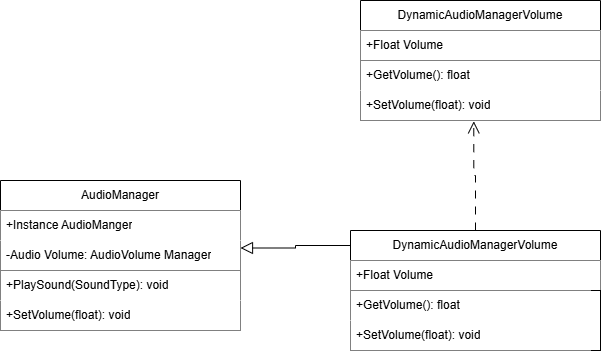
Earlier version of the draw.io export 383Game/Doc/tl1/Singleton.drawio.png (CorylC/CS383BrainstewGame). Source tidied: cells renumbered, new cells last; positions are measured from the earlier drawing's top-left corner, leaving out a move shared by most shapes.
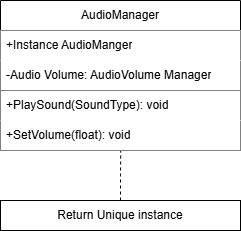
The same file after the commit.

Change to the diagram source:
```diff
@@ -20,41 +20,11 @@
     <mxCell id="7" value="+SetVolume(float): void" style="text;strokeColor=none;fillColor=default;align=left;verticalAlign=middle;spacingLeft=4;spacingRight=4;overflow=hidden;points=[[0,0.5],[1,0.5]];portConstraint=eastwest;whiteSpace=wrap;html=1;" parent="1" vertex="1">
       <mxGeometry y="300" width="240" height="30" as="geometry" />
     </mxCell>
-    <mxCell id="8" style="edgeStyle=orthogonalEdgeStyle;rounded=0;jettySize=auto;html=1;exitX=0;exitY=0.25;exitDx=0;exitDy=0;entryX=1;entryY=0.75;entryDx=0;entryDy=0;endArrow=block;endFill=0;startSize=10;endSize=10;" parent="1" edge="1" source="9" target="2">
-      <mxGeometry relative="1" as="geometry" />
-    </mxCell>
-    <mxCell id="9" value="DynamicAudioManagerVolume" style="swimlane;fontStyle=0;horizontal=1;startSize=30;whiteSpace=wrap;html=1;" parent="1" vertex="1">
-      <mxGeometry x="350" y="230" width="250" height="60" as="geometry" />
-    </mxCell>
-    <mxCell id="10" value="+Float Volume" style="text;strokeColor=none;fillColor=default;align=left;verticalAlign=middle;spacingLeft=4;spacingRight=4;overflow=hidden;whiteSpace=wrap;html=1;" parent="9" vertex="1">
-      <mxGeometry y="30" width="250" height="30" as="geometry" />
-    </mxCell>
-    <mxCell id="11" style="rounded=0;whiteSpace=wrap;html=1;" parent="1" vertex="1">
-      <mxGeometry x="350" y="290" width="250" height="60" as="geometry" />
-    </mxCell>
-    <mxCell id="12" value="+GetVolume(): float" style="text;strokeColor=none;fillColor=default;align=left;verticalAlign=middle;spacingLeft=4;spacingRight=4;overflow=hidden;whiteSpace=wrap;html=1;" parent="1" vertex="1">
-      <mxGeometry x="350" y="290" width="240" height="30" as="geometry" />
-    </mxCell>
-    <mxCell id="13" value="+SetVolume(float): void" style="text;strokeColor=none;fillColor=default;align=left;verticalAlign=middle;spacingLeft=4;spacingRight=4;overflow=hidden;whiteSpace=wrap;html=1;" parent="1" vertex="1">
-      <mxGeometry x="350" y="320" width="240" height="30" as="geometry" />
-    </mxCell>
-    <mxCell id="14" value="DynamicAudioManagerVolume" style="swimlane;fontStyle=0;horizontal=1;startSize=30;whiteSpace=wrap;html=1;" parent="1" vertex="1">
-      <mxGeometry x="360" width="240" height="60" as="geometry" />
-    </mxCell>
-    <mxCell id="15" value="+Float Volume" style="text;strokeColor=none;fillColor=default;align=left;verticalAlign=middle;spacingLeft=4;spacingRight=4;overflow=hidden;whiteSpace=wrap;html=1;" parent="14" vertex="1">
-      <mxGeometry y="30" width="240" height="30" as="geometry" />
-    </mxCell>
-    <mxCell id="16" style="rounded=0;whiteSpace=wrap;html=1;" parent="1" vertex="1">
-      <mxGeometry x="360" y="60" width="240" height="60" as="geometry" />
-    </mxCell>
-    <mxCell id="17" value="+GetVolume(): float" style="text;strokeColor=none;fillColor=default;align=left;verticalAlign=middle;spacingLeft=4;spacingRight=4;overflow=hidden;whiteSpace=wrap;html=1;" parent="1" vertex="1">
-      <mxGeometry x="360" y="60" width="240" height="30" as="geometry" />
-    </mxCell>
-    <mxCell id="18" value="+SetVolume(float): void" style="text;strokeColor=none;fillColor=default;align=left;verticalAlign=middle;spacingLeft=4;spacingRight=4;overflow=hidden;points=[[0,0.5],[1,0.5]];portConstraint=eastwest;whiteSpace=wrap;html=1;" parent="1" vertex="1">
-      <mxGeometry x="360" y="90" width="240" height="30" as="geometry" />
-    </mxCell>
-    <mxCell id="19" style="edgeStyle=orthogonalEdgeStyle;rounded=0;jettySize=auto;html=1;entryX=0.472;entryY=1.027;entryDx=0;entryDy=0;entryPerimeter=0;dashed=1;dashPattern=8 8;endArrow=open;endFill=0;startSize=10;endSize=10;" parent="1" edge="1" source="9" target="18">
-      <mxGeometry relative="1" as="geometry" />
-    </mxCell>
+    <mxCell id="20" value="Return Unique instance" style="rounded=0;whiteSpace=wrap;html=1;" parent="1" vertex="1">
+      <mxGeometry y="380" width="240" height="30" as="geometry" />
+    </mxCell>
+    <mxCell id="21" style="edgeStyle=orthogonalEdgeStyle;rounded=0;jettySize=auto;html=1;entryX=0.501;entryY=1.02;entryDx=0;entryDy=0;entryPerimeter=0;endArrow=none;startFill=0;dashed=1;" parent="1" edge="1" source="20" target="7">
+      <mxGeometry relative="1" as="geometry" />
+    </mxCell>
   </root>
 </mxGraphModel>
```
